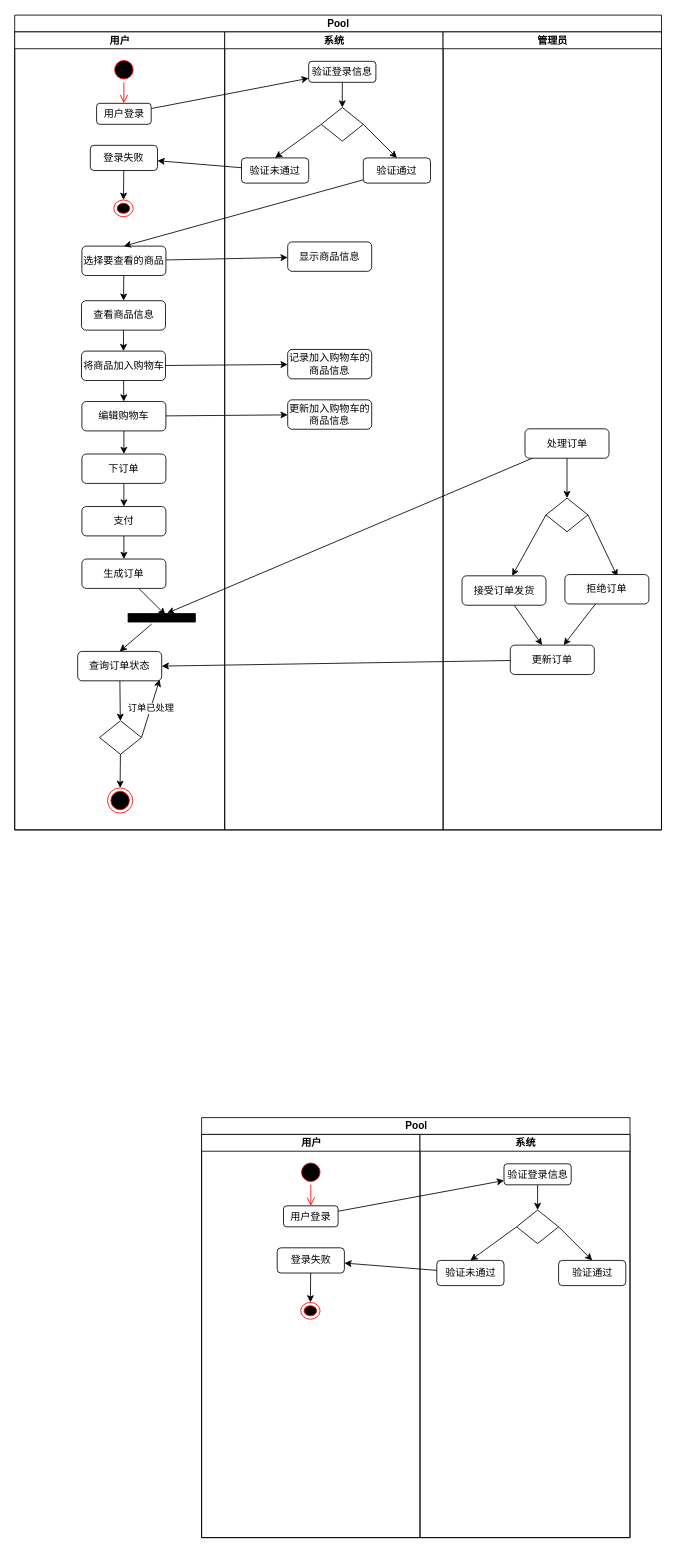
Earlier version of the draw.io diagram 业务用例场景-活动图.drawio (JMHello/draw). Source tidied: cells renumbered, new cells numbered last; positions are measured from the earlier drawing's top-left corner, leaving out a move shared by most shapes. Both pictures are drawn from the tidied source at 84%, with x=0, y=0 at pixel (14, 15).
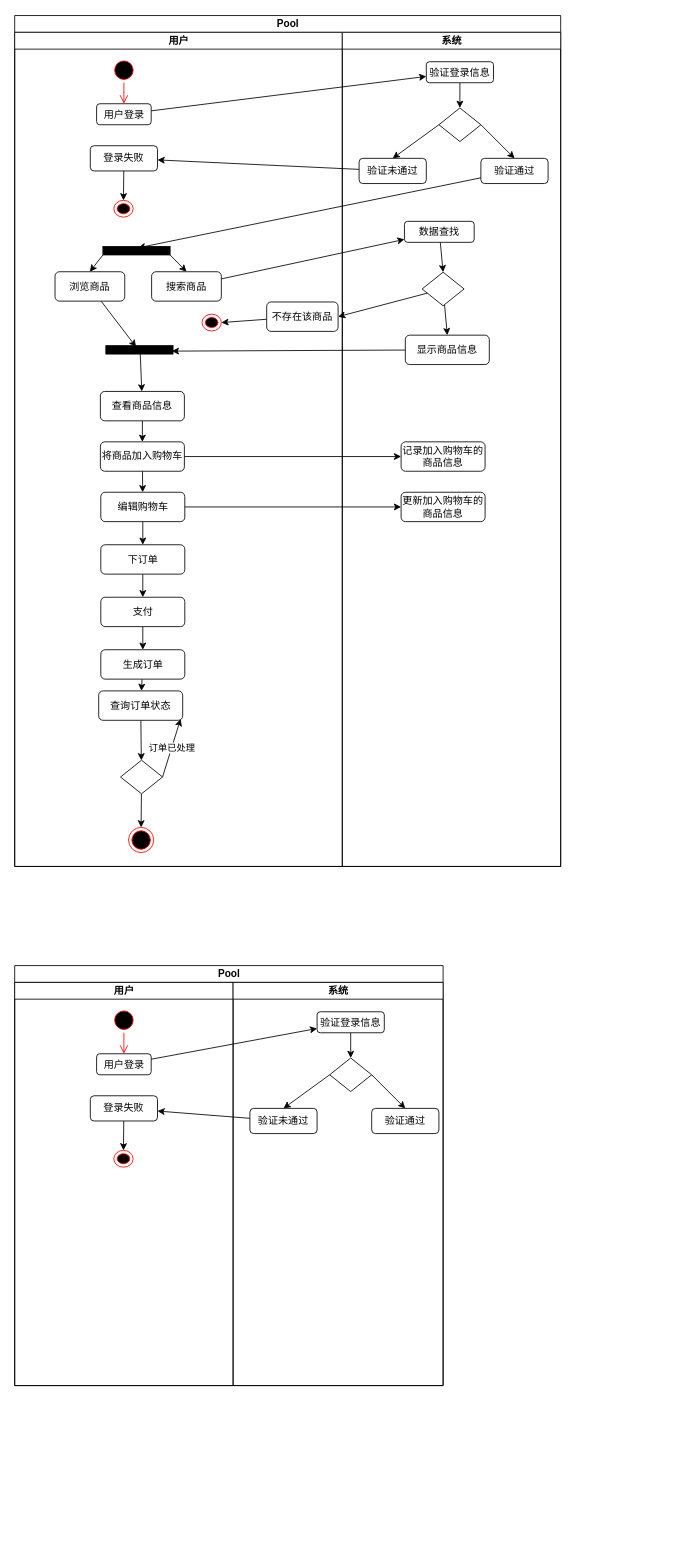
After the change.

Commit message:
Update 业务用例场景-活动图.drawio

The change refers to these unchanged cells:
```xml
<mxCell id="40" value="验证通过" style="rounded=1;whiteSpace=wrap;html=1;" parent="33" vertex="1">
  <mxGeometry x="165" y="150" width="80" height="30" as="geometry" />
</mxCell>
```

The edit, as a diff of the source:
```diff
@@
     <mxCell id="2" value="Pool" style="swimlane;html=1;startSize=20;" parent="1" vertex="1">
-      <mxGeometry y="-0.5" width="770" height="970" as="geometry" />
+      <mxGeometry width="650" height="1013" as="geometry" />
     </mxCell>
@@
     <mxCell id="4" value="用户" style="swimlane;html=1;startSize=20;" parent="2" vertex="1">
-      <mxGeometry y="20" width="250" height="950" as="geometry" />
+      <mxGeometry y="20" width="390" height="993" as="geometry" />
     </mxCell>
@@
-    <mxCell id="11" style="edgeStyle=none;rounded=0;jettySize=auto;html=1;" parent="4" edge="1" source="12" target="14">
+    <mxCell id="11" style="edgeStyle=none;rounded=0;jettySize=auto;html=1;exitX=0.95;exitY=0.488;exitDx=0;exitDy=0;exitPerimeter=0;" parent="4" edge="1" source="87" target="14">
       <mxGeometry relative="1" as="geometry" />
     </mxCell>
-    <mxCell id="12" value="选择要查看的商品" style="rounded=1;whiteSpace=wrap;html=1;" parent="4" vertex="1">
-      <mxGeometry x="80" y="255" width="100" height="35" as="geometry" />
-    </mxCell>
@@
     <mxCell id="14" value="查看商品信息" style="rounded=1;whiteSpace=wrap;html=1;" parent="4" vertex="1">
-      <mxGeometry x="79.5" y="320" width="100" height="35" as="geometry" />
+      <mxGeometry x="102" y="427.5" width="100" height="35" as="geometry" />
     </mxCell>
@@
     <mxCell id="16" value="将商品加入购物车" style="rounded=1;whiteSpace=wrap;html=1;" parent="4" vertex="1">
-      <mxGeometry x="79.5" y="380" width="100" height="35" as="geometry" />
+      <mxGeometry x="102" y="487.5" width="100" height="35" as="geometry" />
     </mxCell>
@@
     <mxCell id="18" value="编辑购物车" style="rounded=1;whiteSpace=wrap;html=1;" parent="4" vertex="1">
-      <mxGeometry x="80" y="440" width="100" height="35" as="geometry" />
+      <mxGeometry x="102.5" y="547.5" width="100" height="35" as="geometry" />
     </mxCell>
@@
     <mxCell id="20" value="下订单" style="rounded=1;whiteSpace=wrap;html=1;" parent="4" vertex="1">
-      <mxGeometry x="80" y="502.5" width="100" height="35" as="geometry" />
+      <mxGeometry x="102.5" y="610" width="100" height="35" as="geometry" />
     </mxCell>
@@
     <mxCell id="22" value="支付" style="rounded=1;whiteSpace=wrap;html=1;" parent="4" vertex="1">
-      <mxGeometry x="80" y="565" width="100" height="35" as="geometry" />
+      <mxGeometry x="102.5" y="672.5" width="100" height="35" as="geometry" />
     </mxCell>
-    <mxCell id="23" style="edgeStyle=none;rounded=0;jettySize=auto;html=1;entryX=0.15;entryY=0.444;entryDx=0;entryDy=0;entryPerimeter=0;" parent="4" edge="1" source="24" target="26">
-      <mxGeometry relative="1" as="geometry" />
-    </mxCell>
+    <mxCell id="80" style="edgeStyle=none;rounded=0;jettySize=auto;html=1;" parent="4" edge="1" source="24" target="28">
+      <mxGeometry relative="1" as="geometry" />
+    </mxCell>
     <mxCell id="24" value="生成订单" style="rounded=1;whiteSpace=wrap;html=1;" parent="4" vertex="1">
-      <mxGeometry x="80" y="627.5" width="100" height="35" as="geometry" />
+      <mxGeometry x="102.5" y="735" width="100" height="35" as="geometry" />
     </mxCell>
-    <mxCell id="25" style="edgeStyle=none;rounded=0;jettySize=auto;html=1;entryX=0.5;entryY=0;entryDx=0;entryDy=0;exitX=1.25;exitY=0.65;exitDx=0;exitDy=0;exitPerimeter=0;" parent="4" edge="1" source="26" target="28">
-      <mxGeometry relative="1" as="geometry" />
-    </mxCell>
-    <mxCell id="26" style="html=1;points=[];perimeter=orthogonalPerimeter;rotation=90;fillColor=#000000;" parent="4" vertex="1">
-      <mxGeometry x="170" y="657.5" width="10" height="80" as="geometry" />
-    </mxCell>
@@
     <mxCell id="28" value="查询订单状态" style="rounded=1;whiteSpace=wrap;html=1;" parent="4" vertex="1">
-      <mxGeometry x="75" y="737.5" width="100" height="35" as="geometry" />
+      <mxGeometry x="100" y="784" width="100" height="35" as="geometry" />
     </mxCell>
@@
     <mxCell id="31" style="rhombus;whiteSpace=wrap;html=1;" parent="4" vertex="1">
-      <mxGeometry x="101" y="820" width="50" height="40" as="geometry" />
+      <mxGeometry x="126" y="866.5" width="50" height="40" as="geometry" />
     </mxCell>
     <mxCell id="32" style="ellipse;html=1;shape=endState;fillColor=#000000;strokeColor=#ff0000;" parent="4" vertex="1">
-      <mxGeometry x="110.5" y="900" width="30" height="30" as="geometry" />
+      <mxGeometry x="135.5" y="946.5" width="30" height="30" as="geometry" />
     </mxCell>
+    <mxCell id="81" style="rounded=0;jettySize=auto;html=1;entryX=0.5;entryY=0;entryDx=0;entryDy=0;" parent="4" edge="1" source="83" target="85">
+      <mxGeometry relative="1" as="geometry" />
+    </mxCell>
+    <mxCell id="82" style="edgeStyle=none;rounded=0;jettySize=auto;html=1;entryX=0.5;entryY=0;entryDx=0;entryDy=0;" parent="4" edge="1" source="83" target="86">
+      <mxGeometry relative="1" as="geometry" />
+    </mxCell>
+    <mxCell id="83" style="html=1;points=[];perimeter=orthogonalPerimeter;rotation=90;fillColor=#000000;" parent="4" vertex="1">
+      <mxGeometry x="140" y="220" width="10" height="80" as="geometry" />
+    </mxCell>
+    <mxCell id="84" style="edgeStyle=none;rounded=0;jettySize=auto;html=1;entryX=0.15;entryY=0.55;entryDx=0;entryDy=0;entryPerimeter=0;" parent="4" edge="1" source="85" target="87">
+      <mxGeometry relative="1" as="geometry" />
+    </mxCell>
+    <mxCell id="85" value="浏览商品" style="rounded=1;whiteSpace=wrap;html=1;" parent="4" vertex="1">
+      <mxGeometry x="48" y="285" width="83" height="35" as="geometry" />
+    </mxCell>
+    <mxCell id="86" value="搜索商品" style="rounded=1;whiteSpace=wrap;html=1;" parent="4" vertex="1">
+      <mxGeometry x="163" y="285" width="83" height="35" as="geometry" />
+    </mxCell>
+    <mxCell id="87" style="html=1;points=[];perimeter=orthogonalPerimeter;rotation=90;fillColor=#000000;" parent="4" vertex="1">
+      <mxGeometry x="143.5" y="338" width="10" height="80" as="geometry" />
+    </mxCell>
+    <mxCell id="88" style="edgeStyle=none;rounded=0;jettySize=auto;html=1;entryX=1;entryY=0.5;entryDx=0;entryDy=0;" parent="4" edge="1" source="89" target="90">
+      <mxGeometry relative="1" as="geometry" />
+    </mxCell>
+    <mxCell id="89" value="不存在该商品" style="rounded=1;whiteSpace=wrap;html=1;" parent="4" vertex="1">
+      <mxGeometry x="300" y="321" width="85" height="35" as="geometry" />
+    </mxCell>
+    <mxCell id="90" style="ellipse;html=1;shape=endState;fillColor=#000000;strokeColor=#ff0000;" parent="4" vertex="1">
+      <mxGeometry x="223" y="335.5" width="23" height="20" as="geometry" />
+    </mxCell>
     <mxCell id="33" value="系统" style="swimlane;html=1;startSize=20;" parent="2" vertex="1">
-      <mxGeometry x="250" y="20" width="260" height="950" as="geometry" />
+      <mxGeometry x="390" y="20" width="260" height="993" as="geometry" />
     </mxCell>
@@
     <mxCell id="41" value="显示商品信息" style="rounded=1;whiteSpace=wrap;html=1;" parent="33" vertex="1">
-      <mxGeometry x="75" y="250" width="100" height="35" as="geometry" />
+      <mxGeometry x="75" y="360.5" width="100" height="35" as="geometry" />
     </mxCell>
     <mxCell id="42" value="记录加入购物车的商品信息" style="rounded=1;whiteSpace=wrap;html=1;" parent="33" vertex="1">
-      <mxGeometry x="75" y="378" width="100" height="35" as="geometry" />
+      <mxGeometry x="70" y="487.5" width="100" height="35" as="geometry" />
     </mxCell>
     <mxCell id="43" value="更新加入购物车的商品信息" style="rounded=1;whiteSpace=wrap;html=1;" parent="33" vertex="1">
-      <mxGeometry x="75" y="438" width="100" height="35" as="geometry" />
+      <mxGeometry x="70" y="547.5" width="100" height="35" as="geometry" />
     </mxCell>
+    <mxCell id="91" style="edgeStyle=none;rounded=0;jettySize=auto;html=1;entryX=0.5;entryY=0;entryDx=0;entryDy=0;" parent="33" edge="1" source="92" target="94">
+      <mxGeometry relative="1" as="geometry" />
+    </mxCell>
+    <mxCell id="92" value="数据查找" style="rounded=1;whiteSpace=wrap;html=1;" parent="33" vertex="1">
+      <mxGeometry x="74" y="225" width="83" height="25" as="geometry" />
+    </mxCell>
+    <mxCell id="93" style="edgeStyle=none;rounded=0;jettySize=auto;html=1;entryX=0.5;entryY=0;entryDx=0;entryDy=0;" parent="33" edge="1" source="94" target="41">
+      <mxGeometry relative="1" as="geometry" />
+    </mxCell>
+    <mxCell id="94" style="rhombus;whiteSpace=wrap;html=1;" parent="33" vertex="1">
+      <mxGeometry x="95" y="285.5" width="50" height="40" as="geometry" />
+    </mxCell>
@@
-    <mxCell id="45" style="edgeStyle=none;rounded=0;jettySize=auto;html=1;entryX=0.5;entryY=0;entryDx=0;entryDy=0;" parent="2" edge="1" source="40" target="12">
+    <mxCell id="45" style="edgeStyle=none;rounded=0;jettySize=auto;html=1;entryX=0.15;entryY=0.475;entryDx=0;entryDy=0;entryPerimeter=0;" parent="2" edge="1" source="40" target="83">
       <mxGeometry relative="1" as="geometry" />
     </mxCell>
-    <mxCell id="46" style="edgeStyle=none;rounded=0;jettySize=auto;html=1;" parent="2" edge="1" source="12" target="41">
-      <mxGeometry relative="1" as="geometry" />
-    </mxCell>
@@
-    <mxCell id="48" style="edgeStyle=none;rounded=0;jettySize=auto;html=1;entryX=-0.05;entryY=0.419;entryDx=0;entryDy=0;entryPerimeter=0;" parent="2" edge="1" source="51" target="26">
-      <mxGeometry relative="1" as="geometry" />
-    </mxCell>
-    <mxCell id="49" value="管理员" style="swimlane;html=1;startSize=20;" parent="2" vertex="1">
-      <mxGeometry x="510" y="20" width="260" height="950" as="geometry" />
-    </mxCell>
-    <mxCell id="50" style="edgeStyle=none;rounded=0;jettySize=auto;html=1;entryX=0.5;entryY=0;entryDx=0;entryDy=0;" parent="49" edge="1" source="51" target="57">
-      <mxGeometry relative="1" as="geometry" />
-    </mxCell>
-    <mxCell id="51" value="处理订单" style="rounded=1;whiteSpace=wrap;html=1;" parent="49" vertex="1">
-      <mxGeometry x="97.5" y="472.5" width="100" height="35" as="geometry" />
-    </mxCell>
-    <mxCell id="52" style="edgeStyle=none;rounded=0;jettySize=auto;html=1;" parent="49" edge="1" source="53" target="54">
-      <mxGeometry relative="1" as="geometry" />
-    </mxCell>
-    <mxCell id="53" value="接受订单发货" style="rounded=1;whiteSpace=wrap;html=1;" parent="49" vertex="1">
-      <mxGeometry x="22.5" y="647.5" width="100" height="35" as="geometry" />
-    </mxCell>
-    <mxCell id="54" value="更新订单" style="rounded=1;whiteSpace=wrap;html=1;" parent="49" vertex="1">
-      <mxGeometry x="80" y="730" width="100" height="35" as="geometry" />
-    </mxCell>
-    <mxCell id="55" style="edgeStyle=none;rounded=0;jettySize=auto;html=1;exitX=0;exitY=0.5;exitDx=0;exitDy=0;" parent="49" edge="1" source="57" target="53">
-      <mxGeometry relative="1" as="geometry" />
-    </mxCell>
-    <mxCell id="56" style="edgeStyle=none;rounded=0;jettySize=auto;html=1;exitX=1;exitY=0.5;exitDx=0;exitDy=0;entryX=0.625;entryY=0.071;entryDx=0;entryDy=0;entryPerimeter=0;" parent="49" edge="1" source="57" target="59">
-      <mxGeometry relative="1" as="geometry" />
-    </mxCell>
-    <mxCell id="57" style="rhombus;whiteSpace=wrap;html=1;" parent="49" vertex="1">
-      <mxGeometry x="122.5" y="555" width="50" height="40" as="geometry" />
-    </mxCell>
-    <mxCell id="58" style="edgeStyle=none;rounded=0;jettySize=auto;html=1;" parent="49" edge="1" source="59" target="54">
-      <mxGeometry relative="1" as="geometry" />
-    </mxCell>
-    <mxCell id="59" value="拒绝订单" style="rounded=1;whiteSpace=wrap;html=1;" parent="49" vertex="1">
-      <mxGeometry x="145" y="646" width="100" height="35" as="geometry" />
-    </mxCell>
-    <mxCell id="60" style="edgeStyle=none;rounded=0;jettySize=auto;html=1;entryX=1;entryY=0.5;entryDx=0;entryDy=0;" parent="2" edge="1" source="54" target="28">
-      <mxGeometry relative="1" as="geometry" />
-    </mxCell>
@@
+    <mxCell id="95" style="edgeStyle=none;rounded=0;jettySize=auto;html=1;entryX=0.65;entryY=0.019;entryDx=0;entryDy=0;entryPerimeter=0;" parent="2" edge="1" source="41" target="87">
+      <mxGeometry relative="1" as="geometry" />
+    </mxCell>
+    <mxCell id="96" style="edgeStyle=none;rounded=0;jettySize=auto;html=1;" parent="2" edge="1" source="86" target="92">
+      <mxGeometry relative="1" as="geometry" />
+    </mxCell>
+    <mxCell id="97" style="edgeStyle=none;rounded=0;jettySize=auto;html=1;entryX=1;entryY=0.5;entryDx=0;entryDy=0;" parent="2" edge="1" source="94" target="89">
+      <mxGeometry relative="1" as="geometry" />
+    </mxCell>
     <mxCell id="62" value="Pool" style="swimlane;html=1;startSize=20;" parent="1" vertex="1">
-      <mxGeometry x="222.5" y="1312" width="510" height="500" as="geometry" />
+      <mxGeometry y="1131" width="510" height="500" as="geometry" />
     </mxCell>
```
